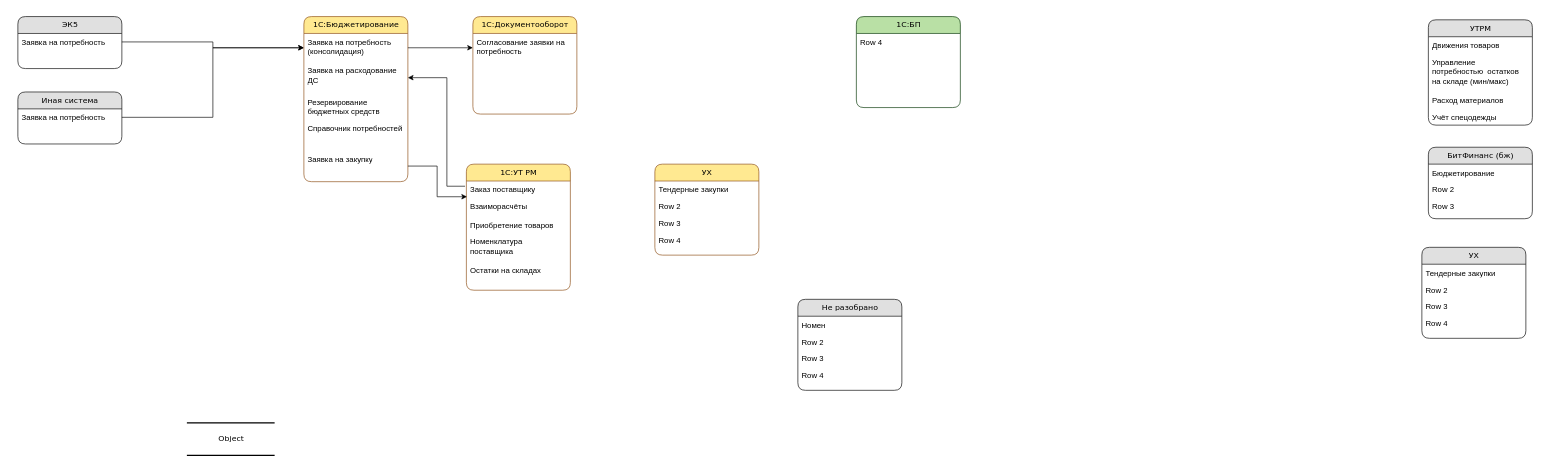
Above: Диаграмма без названия.drawio in mih-ap/dwaw.io (draw.io), before the change. Source tidied: cells renumbered, new cells numbered last; positions are measured from the earlier drawing's top-left corner, leaving out a move shared by most shapes. Both pictures are drawn from the tidied source at 65%, with x=0, y=0 at pixel (18, 16).
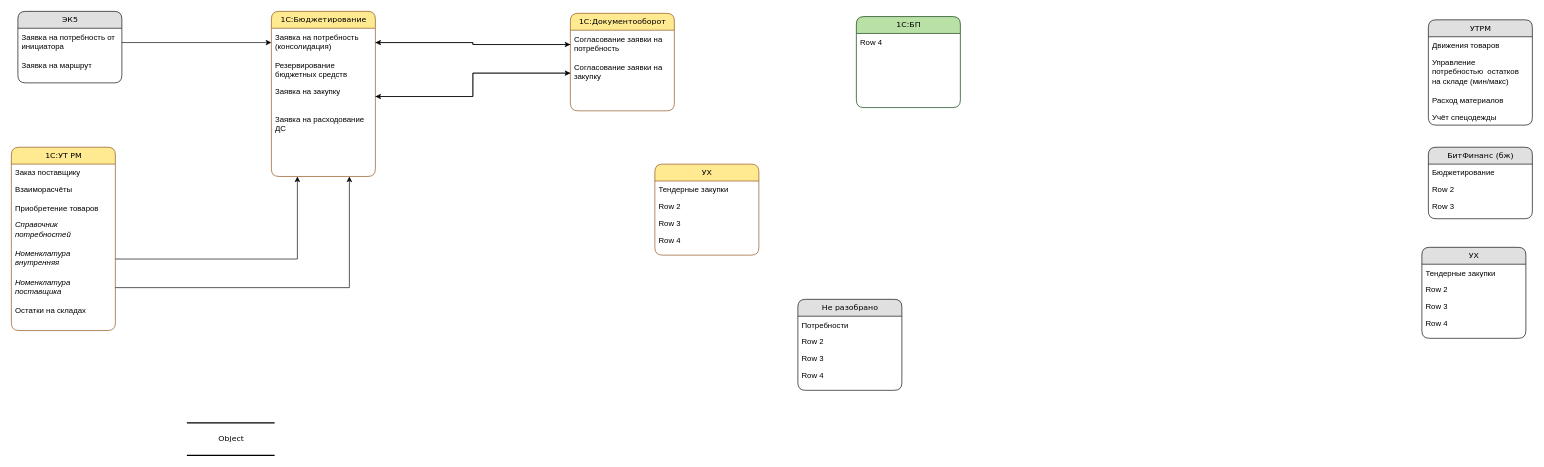
The same page after the edit.

The change refers to these unchanged cells:
```xml
<mxCell id="18" value="Заказ поставщику" style="text;html=1;strokeColor=none;fillColor=none;spacingLeft=4;spacingRight=4;whiteSpace=wrap;overflow=hidden;points=[[0,0.5],[1,0.5]];portConstraint=eastwest;" parent="17" vertex="1">
  <mxGeometry y="26" width="160" height="26" as="geometry" />
</mxCell>
<mxCell id="24" value="Заявка на потребность (консолидация)" style="text;html=1;strokeColor=none;fillColor=none;spacingLeft=4;spacingRight=4;whiteSpace=wrap;overflow=hidden;points=[[0,0.5],[1,0.5]];portConstraint=eastwest;" parent="23" vertex="1">
  <mxGeometry y="26" width="160" height="44" as="geometry" />
</mxCell>
<mxCell id="41" value="Согласование заявки на потребность" style="text;html=1;strokeColor=none;fillColor=none;spacingLeft=4;spacingRight=4;whiteSpace=wrap;overflow=hidden;points=[[0,0.5],[1,0.5]];portConstraint=eastwest;" parent="40" vertex="1">
  <mxGeometry y="26" width="160" height="44" as="geometry" />
</mxCell>
<mxCell id="45" value="Не разобрано" style="swimlane;html=1;fontStyle=0;horizontal=1;startSize=26;fillColor=#e0e0e0;swimlaneFillColor=#ffffff;align=center;rounded=1;shadow=0;comic=0;labelBackgroundColor=none;strokeWidth=1;fontFamily=Verdana;fontSize=12;" parent="1" vertex="1">
  <mxGeometry x="1200" y="435" width="160" height="140" as="geometry" />
</mxCell>
```

The edit, as a diff of the source:
```diff
@@
     <mxCell id="17" value="1С:УТ РМ" style="swimlane;html=1;fontStyle=0;horizontal=1;startSize=26;fillColor=#FFE991;swimlaneFillColor=#ffffff;align=center;rounded=1;shadow=0;comic=0;labelBackgroundColor=none;strokeWidth=1;fontFamily=Verdana;fontSize=12;strokeColor=#8B4D13;" parent="1" vertex="1">
-      <mxGeometry x="690" y="227" width="160" height="194" as="geometry" />
+      <mxGeometry x="-10" y="201" width="160" height="282" as="geometry" />
     </mxCell>
@@
+    <mxCell id="27" value="Справочник потребностей" style="text;html=1;strokeColor=none;fillColor=none;spacingLeft=4;spacingRight=4;whiteSpace=wrap;overflow=hidden;fontStyle=2;" parent="17" vertex="1">
+      <mxGeometry y="106" width="160" height="44" as="geometry" />
+    </mxCell>
+    <mxCell id="52" value="Номенклатура внутренняя" style="text;html=1;strokeColor=none;fillColor=none;spacingLeft=4;spacingRight=4;whiteSpace=wrap;overflow=hidden;points=[[0,0.5],[1,0.5]];portConstraint=eastwest;fontStyle=2;" parent="17" vertex="1">
+      <mxGeometry y="150" width="160" height="44" as="geometry" />
+    </mxCell>
-    <mxCell id="21" value="Номенклатура поставщика" style="text;html=1;strokeColor=none;fillColor=none;spacingLeft=4;spacingRight=4;whiteSpace=wrap;overflow=hidden;points=[[0,0.5],[1,0.5]];portConstraint=eastwest;" parent="17" vertex="1">
-      <mxGeometry y="106" width="160" height="44" as="geometry" />
+    <mxCell id="21" value="Номенклатура поставщика" style="text;html=1;strokeColor=none;fillColor=none;spacingLeft=4;spacingRight=4;whiteSpace=wrap;overflow=hidden;points=[[0,0.5],[1,0.5]];portConstraint=eastwest;fontStyle=2;" parent="17" vertex="1">
+      <mxGeometry y="194" width="160" height="44" as="geometry" />
     </mxCell>
     <mxCell id="22" value="Остатки на складах" style="text;html=1;strokeColor=none;fillColor=none;spacingLeft=4;spacingRight=4;whiteSpace=wrap;overflow=hidden;" parent="17" vertex="1">
-      <mxGeometry y="150" width="160" height="44" as="geometry" />
+      <mxGeometry y="238" width="160" height="44" as="geometry" />
     </mxCell>
     <mxCell id="23" value="1С:Бюджетирование" style="swimlane;html=1;fontStyle=0;horizontal=1;startSize=26;fillColor=#FFE991;swimlaneFillColor=#ffffff;align=center;rounded=1;shadow=0;comic=0;labelBackgroundColor=none;strokeWidth=1;fontFamily=Verdana;fontSize=12;strokeColor=#8B4D13;" parent="1" vertex="1">
-      <mxGeometry x="440" width="160" height="254" as="geometry" />
+      <mxGeometry x="390" y="-8" width="160" height="254" as="geometry" />
     </mxCell>
@@
+    <mxCell id="26" value="Резервирование бюджетных средств" style="text;html=1;strokeColor=none;fillColor=none;spacingLeft=4;spacingRight=4;whiteSpace=wrap;overflow=hidden;" parent="23" vertex="1">
+      <mxGeometry y="70" width="160" height="40" as="geometry" />
+    </mxCell>
+    <mxCell id="28" value="Заявка на закупку" style="text;html=1;strokeColor=none;fillColor=none;spacingLeft=4;spacingRight=4;whiteSpace=wrap;overflow=hidden;points=[[0,0.5],[1,0.5]];portConstraint=eastwest;" parent="23" vertex="1">
+      <mxGeometry y="110" width="160" height="42" as="geometry" />
+    </mxCell>
     <mxCell id="25" value="Заявка на расходование ДС" style="text;html=1;strokeColor=none;fillColor=none;spacingLeft=4;spacingRight=4;whiteSpace=wrap;overflow=hidden;points=[[0,0.5],[1,0.5]];portConstraint=eastwest;" parent="23" vertex="1">
-      <mxGeometry y="70" width="160" height="48" as="geometry" />
+      <mxGeometry y="152" width="160" height="48" as="geometry" />
     </mxCell>
-    <mxCell id="26" value="Резервирование бюджетных средств" style="text;html=1;strokeColor=none;fillColor=none;spacingLeft=4;spacingRight=4;whiteSpace=wrap;overflow=hidden;" parent="23" vertex="1">
-      <mxGeometry y="118" width="160" height="40" as="geometry" />
-    </mxCell>
-    <mxCell id="27" value="Справочник потребностей" style="text;html=1;strokeColor=none;fillColor=none;spacingLeft=4;spacingRight=4;whiteSpace=wrap;overflow=hidden;" parent="23" vertex="1">
-      <mxGeometry y="158" width="160" height="48" as="geometry" />
-    </mxCell>
-    <mxCell id="28" value="Заявка на закупку" style="text;html=1;strokeColor=none;fillColor=none;spacingLeft=4;spacingRight=4;whiteSpace=wrap;overflow=hidden;points=[[0,0.5],[1,0.5]];portConstraint=eastwest;" parent="23" vertex="1">
-      <mxGeometry y="206" width="160" height="48" as="geometry" />
-    </mxCell>
@@
     <mxCell id="34" value="ЭК5" style="swimlane;html=1;fontStyle=0;horizontal=1;startSize=26;fillColor=#e0e0e0;swimlaneFillColor=#ffffff;align=center;rounded=1;shadow=0;comic=0;labelBackgroundColor=none;strokeWidth=1;fontFamily=Verdana;fontSize=12;" parent="1" vertex="1">
-      <mxGeometry width="160" height="80" as="geometry" />
+      <mxGeometry y="-8" width="160" height="110" as="geometry" />
     </mxCell>
-    <mxCell id="35" value="Заявка на потребность" style="text;html=1;strokeColor=none;fillColor=none;spacingLeft=4;spacingRight=4;whiteSpace=wrap;overflow=hidden;points=[[0,0.5],[1,0.5]];portConstraint=eastwest;" parent="34" vertex="1">
-      <mxGeometry y="26" width="160" height="26" as="geometry" />
+    <mxCell id="35" value="Заявка на потребность от инициатора" style="text;html=1;strokeColor=none;fillColor=none;spacingLeft=4;spacingRight=4;whiteSpace=wrap;overflow=hidden;points=[[0,0.5],[1,0.5]];portConstraint=eastwest;" parent="34" vertex="1">
+      <mxGeometry y="26" width="160" height="44" as="geometry" />
     </mxCell>
-    <mxCell id="36" value="Иная система" style="swimlane;html=1;fontStyle=0;horizontal=1;startSize=26;fillColor=#e0e0e0;swimlaneFillColor=#ffffff;align=center;rounded=1;shadow=0;comic=0;labelBackgroundColor=none;strokeWidth=1;fontFamily=Verdana;fontSize=12;" parent="1" vertex="1">
-      <mxGeometry y="116" width="160" height="80" as="geometry" />
-    </mxCell>
-    <mxCell id="37" value="Заявка на потребность" style="text;html=1;strokeColor=none;fillColor=none;spacingLeft=4;spacingRight=4;whiteSpace=wrap;overflow=hidden;points=[[0,0.5],[1,0.5]];portConstraint=eastwest;" parent="36" vertex="1">
-      <mxGeometry y="26" width="160" height="26" as="geometry" />
-    </mxCell>
+    <mxCell id="53" value="Заявка на маршрут" style="text;html=1;strokeColor=none;fillColor=none;spacingLeft=4;spacingRight=4;whiteSpace=wrap;overflow=hidden;" parent="34" vertex="1">
+      <mxGeometry y="70" width="160" height="40" as="geometry" />
+    </mxCell>
@@
-    <mxCell id="39" style="edgeStyle=orthogonalEdgeStyle;rounded=0;jettySize=auto;html=1;" parent="1" edge="1" source="37" target="24">
-      <mxGeometry relative="1" as="geometry" />
-    </mxCell>
     <mxCell id="40" value="1С:Документооборот" style="swimlane;html=1;fontStyle=0;horizontal=1;startSize=26;fillColor=#FFE991;swimlaneFillColor=#ffffff;align=center;rounded=1;shadow=0;comic=0;labelBackgroundColor=none;strokeWidth=1;fontFamily=Verdana;fontSize=12;strokeColor=#8B4D13;" parent="1" vertex="1">
-      <mxGeometry x="700" width="160" height="150" as="geometry" />
+      <mxGeometry x="850" y="-5" width="160" height="150" as="geometry" />
     </mxCell>
@@
-    <mxCell id="42" style="edgeStyle=orthogonalEdgeStyle;rounded=0;jettySize=auto;html=1;" parent="1" edge="1" source="24" target="41">
-      <mxGeometry relative="1" as="geometry" />
-    </mxCell>
+    <mxCell id="54" value="Согласование заявки на закупку" style="text;html=1;strokeColor=none;fillColor=none;spacingLeft=4;spacingRight=4;whiteSpace=wrap;overflow=hidden;points=[[0,0.5],[1,0.5]];portConstraint=eastwest;" parent="40" vertex="1">
+      <mxGeometry y="70" width="160" height="44" as="geometry" />
+    </mxCell>
@@
-    <mxCell id="46" value="Номен" style="text;html=1;strokeColor=none;fillColor=none;spacingLeft=4;spacingRight=4;whiteSpace=wrap;overflow=hidden;" parent="45" vertex="1">
+    <mxCell id="46" value="Потребности" style="text;html=1;strokeColor=none;fillColor=none;spacingLeft=4;spacingRight=4;whiteSpace=wrap;overflow=hidden;" parent="45" vertex="1">
       <mxGeometry y="26" width="160" height="26" as="geometry" />
     </mxCell>
@@
-    <mxCell id="50" style="edgeStyle=orthogonalEdgeStyle;rounded=0;jettySize=auto;html=1;entryX=0.006;entryY=0.93;entryDx=0;entryDy=0;entryPerimeter=0;" parent="1" edge="1" source="28" target="18">
-      <mxGeometry relative="1" as="geometry" />
-    </mxCell>
-    <mxCell id="51" style="edgeStyle=orthogonalEdgeStyle;rounded=0;jettySize=auto;html=1;" parent="1" edge="1" target="25">
-      <mxGeometry relative="1" as="geometry">
-        <mxPoint x="688" y="261" as="sourcePoint" />
-        <Array as="points">
-          <mxPoint x="688" y="261" />
-          <mxPoint x="660" y="261" />
-          <mxPoint x="660" y="94" />
-        </Array>
-      </mxGeometry>
-    </mxCell>
+    <mxCell id="55" style="edgeStyle=orthogonalEdgeStyle;rounded=0;jettySize=auto;html=1;" parent="1" edge="1" source="54" target="28">
+      <mxGeometry relative="1" as="geometry" />
+    </mxCell>
+    <mxCell id="42" style="edgeStyle=orthogonalEdgeStyle;rounded=0;jettySize=auto;html=1;" parent="1" edge="1" source="24" target="41">
+      <mxGeometry relative="1" as="geometry" />
+    </mxCell>
+    <mxCell id="56" style="edgeStyle=orthogonalEdgeStyle;rounded=0;jettySize=auto;html=1;" parent="1" edge="1" source="28" target="54">
+      <mxGeometry relative="1" as="geometry" />
+    </mxCell>
+    <mxCell id="57" style="edgeStyle=orthogonalEdgeStyle;rounded=0;jettySize=auto;html=1;" parent="1" edge="1" source="41" target="24">
+      <mxGeometry relative="1" as="geometry" />
+    </mxCell>
+    <mxCell id="58" style="edgeStyle=orthogonalEdgeStyle;rounded=0;jettySize=auto;html=1;entryX=0.25;entryY=1;entryDx=0;entryDy=0;" parent="1" edge="1" source="52" target="23">
+      <mxGeometry relative="1" as="geometry" />
+    </mxCell>
+    <mxCell id="59" style="edgeStyle=orthogonalEdgeStyle;rounded=0;jettySize=auto;html=1;entryX=0.75;entryY=1;entryDx=0;entryDy=0;" parent="1" edge="1" source="21" target="23">
+      <mxGeometry relative="1" as="geometry" />
+    </mxCell>
```
